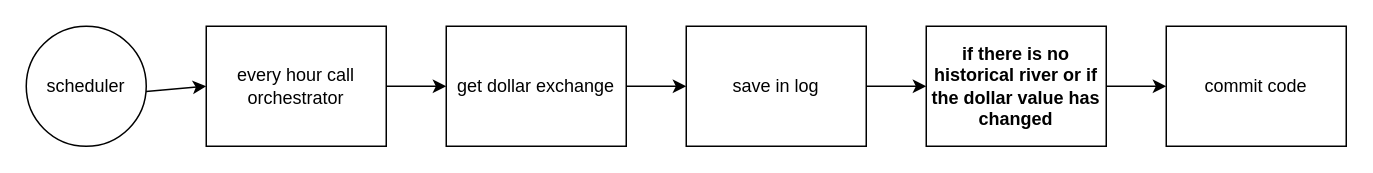
This is flow.drawio from israelglixinski/anabele, a draw.io file, before an edit. Source tidied: cells renumbered, new cells numbered last; positions are measured from the earlier drawing's top-left corner, leaving out a move shared by most shapes. Both pictures are drawn from the tidied source at 150%, with x=0, y=0 at pixel (26, 26).
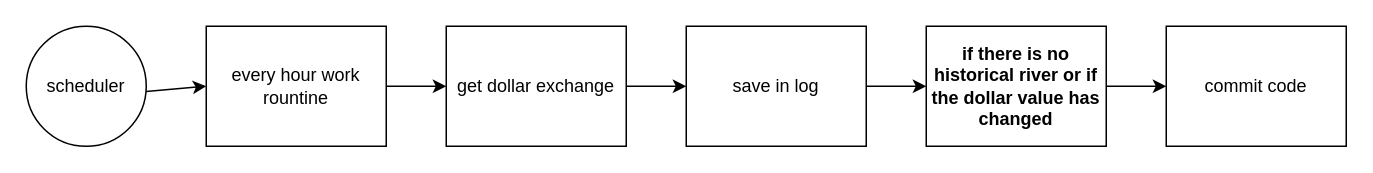
Above is the later version.

Diff of the diagram source:
```diff
@@
 <mxGraphModel>
   <root>
     <mxCell id="0" />
     <mxCell id="1" parent="0" />
     <mxCell id="2" style="edgeStyle=none;html=1;" parent="1" edge="1" source="3" target="7">
       <mxGeometry relative="1" as="geometry" />
     </mxCell>
     <mxCell id="3" value="scheduler" style="ellipse;whiteSpace=wrap;html=1;" parent="1" vertex="1">
       <mxGeometry width="80" height="80" as="geometry" />
     </mxCell>
     <mxCell id="4" style="edgeStyle=none;html=1;" parent="1" edge="1" source="5" target="9">
       <mxGeometry relative="1" as="geometry" />
     </mxCell>
     <mxCell id="5" value="get dollar exchange" style="rounded=0;whiteSpace=wrap;html=1;" parent="1" vertex="1">
       <mxGeometry x="280" width="120" height="80" as="geometry" />
     </mxCell>
     <mxCell id="6" style="edgeStyle=none;html=1;" parent="1" edge="1" source="7" target="5">
       <mxGeometry relative="1" as="geometry" />
     </mxCell>
-    <mxCell id="7" value="every hour call orchestrator" style="rounded=0;whiteSpace=wrap;html=1;" parent="1" vertex="1">
+    <mxCell id="7" value="every hour work rountine" style="rounded=0;whiteSpace=wrap;html=1;" parent="1" vertex="1">
       <mxGeometry x="120" width="120" height="80" as="geometry" />
     </mxCell>
     <mxCell id="8" style="edgeStyle=none;html=1;" parent="1" edge="1" source="9" target="11">
       <mxGeometry relative="1" as="geometry" />
     </mxCell>
     <mxCell id="9" value="save in log" style="rounded=0;whiteSpace=wrap;html=1;" parent="1" vertex="1">
       <mxGeometry x="440" width="120" height="80" as="geometry" />
     </mxCell>
     <mxCell id="10" style="edgeStyle=none;html=1;" parent="1" edge="1" source="11" target="12">
       <mxGeometry relative="1" as="geometry" />
     </mxCell>
     <mxCell id="11" value="if there is no historical river or if the dollar value has changed" style="rounded=0;whiteSpace=wrap;html=1;fontStyle=1;" parent="1" vertex="1">
       <mxGeometry x="600" width="120" height="80" as="geometry" />
     </mxCell>
     <mxCell id="12" value="commit code" style="rounded=0;whiteSpace=wrap;html=1;" parent="1" vertex="1">
       <mxGeometry x="760" width="120" height="80" as="geometry" />
     </mxCell>
   </root>
 </mxGraphModel>
```
